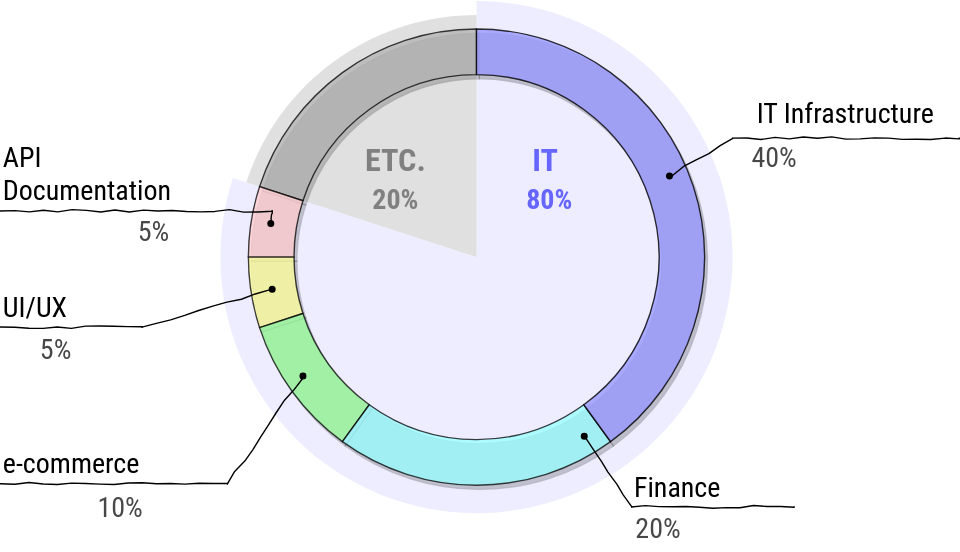
Above: expertise-mapping.circle.light.svg in yonggeun/yonggeun.github.io (draw.io), before the change. Source tidied: cells renumbered, new cells last; positions are measured from the earlier drawing's top-left corner, leaving out a move shared by most shapes. The source it was exported from:
```xml
<mxGraphModel>
  <root>
    <mxCell id="0" />
    <mxCell id="1" value="streamlined" parent="0" />
    <mxCell id="2" style="verticalLabelPosition=middle;verticalAlign=top;html=1;shape=mxgraph.basic.pie;startAngle=0.8;endAngle=1;hachureGap=4;fontFamily=Roboto Condensed;fontSource=https%3A%2F%2Ffonts.googleapis.com%2Fcss%3Ffamily%3DRoboto%2BCondensed;fontSize=20;strokeColor=none;fillColor=#999999;labelPosition=center;align=left;fontColor=#6666FF;opacity=30;" parent="1" vertex="1">
      <mxGeometry x="167" y="10" width="346" height="346" as="geometry" />
    </mxCell>
    <mxCell id="3" style="verticalLabelPosition=middle;verticalAlign=middle;html=1;shape=mxgraph.basic.pie;startAngle=0.0;endAngle=0.8;hachureGap=4;fontFamily=Roboto Condensed;fontSource=https%3A%2F%2Ffonts.googleapis.com%2Fcss%3Ffamily%3DRoboto%2BCondensed;fontSize=20;strokeColor=none;fillColor=#CCCCFF;labelPosition=center;align=center;fontColor=#6666FF;opacity=35;" parent="1" vertex="1">
      <mxGeometry x="157" width="366" height="366" as="geometry" />
    </mxCell>
    <mxCell id="4" style="verticalLabelPosition=bottom;verticalAlign=top;html=1;shape=mxgraph.basic.partConcEllipse;startAngle=0.8;endAngle=1;arcWidth=0.2;hachureGap=4;fontFamily=Roboto Condensed;fontSource=https%3A%2F%2Ffonts.googleapis.com%2Fcss%3Ffamily%3DRoboto%2BCondensed;fontSize=20;sketchStyle=comic;shadow=1;fillColor=#B3B3B3;opacity=75;" parent="1" vertex="1">
      <mxGeometry x="177" y="20" width="326" height="326" as="geometry" />
    </mxCell>
    <mxCell id="5" style="verticalLabelPosition=bottom;verticalAlign=top;html=1;shape=mxgraph.basic.partConcEllipse;startAngle=0.75;endAngle=0.8;arcWidth=0.2;hachureGap=4;fontFamily=Roboto Condensed;fontSource=https%3A%2F%2Ffonts.googleapis.com%2Fcss%3Ffamily%3DRoboto%2BCondensed;fontSize=20;sketchStyle=comic;shadow=1;fillColor=#FFCCCC;opacity=75;" parent="1" vertex="1">
      <mxGeometry x="177" y="20" width="326" height="326" as="geometry" />
    </mxCell>
    <mxCell id="6" style="verticalLabelPosition=bottom;verticalAlign=top;html=1;shape=mxgraph.basic.partConcEllipse;startAngle=0.7;endAngle=0.75;arcWidth=0.2;hachureGap=4;fontFamily=Roboto Condensed;fontSource=https%3A%2F%2Ffonts.googleapis.com%2Fcss%3Ffamily%3DRoboto%2BCondensed;fontSize=20;sketchStyle=comic;shadow=1;fillColor=#FFFF99;opacity=75;" parent="1" vertex="1">
      <mxGeometry x="177" y="20" width="326" height="326" as="geometry" />
    </mxCell>
    <mxCell id="7" style="verticalLabelPosition=bottom;verticalAlign=top;html=1;shape=mxgraph.basic.partConcEllipse;startAngle=0.6;endAngle=0.7;arcWidth=0.2;hachureGap=4;fontFamily=Roboto Condensed;fontSource=https%3A%2F%2Ffonts.googleapis.com%2Fcss%3Ffamily%3DRoboto%2BCondensed;fontSize=20;sketchStyle=comic;shadow=1;fillColor=#99FF99;opacity=75;" parent="1" vertex="1">
      <mxGeometry x="177" y="20" width="326" height="326" as="geometry" />
    </mxCell>
    <mxCell id="8" style="verticalLabelPosition=bottom;verticalAlign=top;html=1;shape=mxgraph.basic.partConcEllipse;startAngle=0.4;endAngle=0.6;arcWidth=0.2;hachureGap=4;fontFamily=Roboto Condensed;fontSource=https%3A%2F%2Ffonts.googleapis.com%2Fcss%3Ffamily%3DRoboto%2BCondensed;fontSize=20;sketchStyle=comic;shadow=1;fillColor=#99FFFF;opacity=75;" parent="1" vertex="1">
      <mxGeometry x="177" y="20" width="326" height="326" as="geometry" />
    </mxCell>
    <mxCell id="9" style="verticalLabelPosition=bottom;verticalAlign=top;html=1;shape=mxgraph.basic.partConcEllipse;startAngle=0;endAngle=0.4;arcWidth=0.2;hachureGap=4;fontFamily=Roboto Condensed;fontSource=https%3A%2F%2Ffonts.googleapis.com%2Fcss%3Ffamily%3DRoboto%2BCondensed;fontSize=20;sketchStyle=comic;shadow=1;comic=0;fillColor=#9999FF;opacity=80;" parent="1" vertex="1">
      <mxGeometry x="177" y="20" width="326" height="326" as="geometry" />
    </mxCell>
    <mxCell id="10" value="Finance" style="whiteSpace=wrap;html=1;shape=partialRectangle;top=0;left=0;bottom=1;right=0;points=[[0,1],[1,1]];fillColor=none;align=left;verticalAlign=bottom;routingCenterY=0.5;snapToPoint=1;newEdgeStyle={&quot;edgeStyle&quot;:&quot;entityRelationEdgeStyle&quot;,&quot;startArrow&quot;:&quot;none&quot;,&quot;endArrow&quot;:&quot;none&quot;,&quot;segment&quot;:10,&quot;curved&quot;:1,&quot;sourcePerimeterSpacing&quot;:0,&quot;targetPerimeterSpacing&quot;:0};sketch=1;hachureGap=4;jiggle=2;curveFitting=1;fontFamily=Roboto Condensed;fontSize=20;sketchStyle=comic;fontSource=https%3A%2F%2Ffonts.googleapis.com%2Fcss%3Ffamily%3DRoboto%2BCondensed;" parent="1" vertex="1">
      <mxGeometry x="451" y="325.5" width="116" height="36" as="geometry" />
    </mxCell>
    <mxCell id="11" value="IT Infrastructure" style="whiteSpace=wrap;html=1;shape=partialRectangle;top=0;left=0;bottom=1;right=0;points=[[0,1],[1,1]];fillColor=none;align=center;verticalAlign=middle;routingCenterY=0.5;snapToPoint=1;newEdgeStyle={&quot;edgeStyle&quot;:&quot;entityRelationEdgeStyle&quot;,&quot;startArrow&quot;:&quot;none&quot;,&quot;endArrow&quot;:&quot;none&quot;,&quot;segment&quot;:10,&quot;curved&quot;:1,&quot;sourcePerimeterSpacing&quot;:0,&quot;targetPerimeterSpacing&quot;:0};hachureGap=4;fontFamily=Roboto Condensed;fontSize=20;sketchStyle=comic;fontSource=https%3A%2F%2Ffonts.googleapis.com%2Fcss%3Ffamily%3DRoboto%2BCondensed;labelPosition=center;verticalLabelPosition=middle;sketch=1;curveFitting=1;jiggle=2;fontStyle=0;" parent="1" vertex="1">
      <mxGeometry x="523" y="62" width="162" height="36" as="geometry" />
    </mxCell>
    <mxCell id="12" style="startArrow=oval;endArrow=none;segment=10;sourcePerimeterSpacing=0;targetPerimeterSpacing=0;rounded=0;sketch=1;hachureGap=4;jiggle=2;curveFitting=1;fontFamily=Roboto Condensed;fontSize=16;startSize=4;endSize=4;sketchStyle=comic;fontSource=https%3A%2F%2Ffonts.googleapis.com%2Fcss%3Ffamily%3DRoboto%2BCondensed;startFill=1;exitX=0.923;exitY=0.322;exitDx=0;exitDy=0;exitPerimeter=0;" parent="1" edge="1" source="9" target="11">
      <mxGeometry relative="1" as="geometry" />
    </mxCell>
    <mxCell id="13" value="IT" style="text;html=1;align=center;verticalAlign=middle;strokeColor=none;fillColor=none;fontSize=23;fontFamily=Roboto Condensed;fontStyle=1;fontColor=#6666FF;comic=0;fontSource=https%3A%2F%2Ffonts.googleapis.com%2Fcss%3Ffamily%3DRoboto%2BCondensed;" parent="1" vertex="1">
      <mxGeometry x="367" y="93.5" width="44" height="40" as="geometry" />
    </mxCell>
    <mxCell id="14" value="e-commerce" style="whiteSpace=wrap;html=1;shape=partialRectangle;top=0;left=0;bottom=1;right=0;points=[[0,1],[1,1]];fillColor=none;align=left;verticalAlign=bottom;routingCenterY=0.5;snapToPoint=1;newEdgeStyle={&quot;edgeStyle&quot;:&quot;entityRelationEdgeStyle&quot;,&quot;startArrow&quot;:&quot;none&quot;,&quot;endArrow&quot;:&quot;none&quot;,&quot;segment&quot;:10,&quot;curved&quot;:1,&quot;sourcePerimeterSpacing&quot;:0,&quot;targetPerimeterSpacing&quot;:0};sketch=1;hachureGap=4;jiggle=2;curveFitting=1;fontFamily=Roboto Condensed;fontSource=https%3A%2F%2Ffonts.googleapis.com%2Fcss%3Ffamily%3DRoboto%2BCondensed;fontSize=20;sketchStyle=comic;" parent="1" vertex="1">
      <mxGeometry y="309" width="162" height="36" as="geometry" />
    </mxCell>
    <mxCell id="15" style="startArrow=oval;endArrow=none;segment=10;sourcePerimeterSpacing=0;targetPerimeterSpacing=0;rounded=0;sketch=1;hachureGap=4;jiggle=2;curveFitting=1;fontFamily=Roboto Condensed;fontSize=16;startSize=4;endSize=4;sketchStyle=comic;fontSource=https%3A%2F%2Ffonts.googleapis.com%2Fcss%3Ffamily%3DRoboto%2BCondensed;startFill=1;entryX=0;entryY=1;entryDx=0;entryDy=0;" parent="1" edge="1" target="10">
      <mxGeometry relative="1" as="geometry">
        <mxPoint x="417" y="311" as="sourcePoint" />
      </mxGeometry>
    </mxCell>
    <mxCell id="16" style="startArrow=oval;endArrow=none;segment=10;sourcePerimeterSpacing=0;targetPerimeterSpacing=0;rounded=0;sketch=1;hachureGap=4;jiggle=2;curveFitting=1;fontFamily=Roboto Condensed;fontSize=16;startSize=4;endSize=4;sketchStyle=comic;fontSource=https%3A%2F%2Ffonts.googleapis.com%2Fcss%3Ffamily%3DRoboto%2BCondensed;startFill=1;entryX=1;entryY=1;entryDx=0;entryDy=0;" parent="1" edge="1" target="14">
      <mxGeometry relative="1" as="geometry">
        <mxPoint x="216" y="268" as="sourcePoint" />
      </mxGeometry>
    </mxCell>
    <mxCell id="17" value="ETC." style="text;html=1;align=center;verticalAlign=middle;strokeColor=none;fillColor=none;fontSize=23;fontFamily=Roboto Condensed;fontStyle=1;fontColor=#808080;fontSource=https%3A%2F%2Ffonts.googleapis.com%2Fcss%3Ffamily%3DRoboto%2BCondensed;" parent="1" vertex="1">
      <mxGeometry x="245" y="93.5" width="73" height="40" as="geometry" />
    </mxCell>
    <mxCell id="18" value="UI/UX" style="whiteSpace=wrap;html=1;shape=partialRectangle;top=0;left=0;bottom=1;right=0;points=[[0,1],[1,1]];fillColor=none;align=left;verticalAlign=bottom;routingCenterY=0.5;snapToPoint=1;newEdgeStyle={&quot;edgeStyle&quot;:&quot;entityRelationEdgeStyle&quot;,&quot;startArrow&quot;:&quot;none&quot;,&quot;endArrow&quot;:&quot;none&quot;,&quot;segment&quot;:10,&quot;curved&quot;:1,&quot;sourcePerimeterSpacing&quot;:0,&quot;targetPerimeterSpacing&quot;:0};sketch=1;hachureGap=4;jiggle=2;curveFitting=1;fontFamily=Roboto Condensed;fontSource=https%3A%2F%2Ffonts.googleapis.com%2Fcss%3Ffamily%3DRoboto%2BCondensed;fontSize=20;sketchStyle=comic;" parent="1" vertex="1">
      <mxGeometry y="197" width="101" height="36" as="geometry" />
    </mxCell>
    <mxCell id="19" style="startArrow=oval;endArrow=none;segment=10;sourcePerimeterSpacing=0;targetPerimeterSpacing=0;rounded=0;sketch=1;hachureGap=4;jiggle=2;curveFitting=1;fontFamily=Roboto Condensed;fontSize=16;startSize=4;endSize=4;sketchStyle=comic;fontSource=https%3A%2F%2Ffonts.googleapis.com%2Fcss%3Ffamily%3DRoboto%2BCondensed;startFill=1;entryX=1;entryY=1;entryDx=0;entryDy=0;" parent="1" edge="1" target="18">
      <mxGeometry relative="1" as="geometry">
        <mxPoint x="194" y="206" as="sourcePoint" />
      </mxGeometry>
    </mxCell>
    <mxCell id="20" value="API&lt;br&gt;Documentation" style="whiteSpace=wrap;html=1;shape=partialRectangle;top=0;left=0;bottom=1;right=0;points=[[0,1],[1,1]];fillColor=none;align=left;verticalAlign=bottom;routingCenterY=0.5;snapToPoint=1;newEdgeStyle={&quot;edgeStyle&quot;:&quot;entityRelationEdgeStyle&quot;,&quot;startArrow&quot;:&quot;none&quot;,&quot;endArrow&quot;:&quot;none&quot;,&quot;segment&quot;:10,&quot;curved&quot;:1,&quot;sourcePerimeterSpacing&quot;:0,&quot;targetPerimeterSpacing&quot;:0};sketch=1;hachureGap=4;jiggle=2;curveFitting=1;fontFamily=Roboto Condensed;fontSource=https%3A%2F%2Ffonts.googleapis.com%2Fcss%3Ffamily%3DRoboto%2BCondensed;fontSize=20;sketchStyle=comic;" parent="1" vertex="1">
      <mxGeometry y="90" width="194" height="60" as="geometry" />
    </mxCell>
    <mxCell id="21" style="startArrow=oval;endArrow=none;segment=10;sourcePerimeterSpacing=0;targetPerimeterSpacing=0;rounded=0;sketch=1;hachureGap=4;jiggle=2;curveFitting=1;fontFamily=Roboto Condensed;fontSize=16;startSize=4;endSize=4;sketchStyle=comic;fontSource=https%3A%2F%2Ffonts.googleapis.com%2Fcss%3Ffamily%3DRoboto%2BCondensed;startFill=1;entryX=1;entryY=1;entryDx=0;entryDy=0;" parent="1" edge="1" target="20">
      <mxGeometry relative="1" as="geometry">
        <mxPoint x="193" y="159" as="sourcePoint" />
      </mxGeometry>
    </mxCell>
    <mxCell id="22" value="40%" style="text;html=1;align=left;verticalAlign=middle;strokeColor=none;fillColor=none;fontSize=20;fontFamily=Roboto Condensed;fontStyle=0;fontColor=#1A1A1A;textOpacity=80;fontSource=https%3A%2F%2Ffonts.googleapis.com%2Fcss%3Ffamily%3DRoboto%2BCondensed;" parent="1" vertex="1">
      <mxGeometry x="535" y="93" width="56" height="36" as="geometry" />
    </mxCell>
    <mxCell id="23" value="10%" style="text;html=1;align=right;verticalAlign=middle;strokeColor=none;fillColor=none;fontSize=20;fontFamily=Roboto Condensed;fontStyle=0;fontColor=#1A1A1A;textOpacity=80;fontSource=https%3A%2F%2Ffonts.googleapis.com%2Fcss%3Ffamily%3DRoboto%2BCondensed;" parent="1" vertex="1">
      <mxGeometry x="47" y="343" width="56" height="36" as="geometry" />
    </mxCell>
    <mxCell id="24" value="20%" style="text;html=1;align=left;verticalAlign=middle;strokeColor=none;fillColor=none;fontSize=20;fontFamily=Roboto Condensed;fontStyle=0;fontColor=#1A1A1A;textOpacity=80;fontSource=https%3A%2F%2Ffonts.googleapis.com%2Fcss%3Ffamily%3DRoboto%2BCondensed;" parent="1" vertex="1">
      <mxGeometry x="452" y="357.5" width="56" height="36" as="geometry" />
    </mxCell>
    <mxCell id="25" value="5%" style="text;html=1;align=right;verticalAlign=middle;strokeColor=none;fillColor=none;fontSize=20;fontFamily=Roboto Condensed;fontStyle=0;fontColor=#1A1A1A;textOpacity=80;fontSource=https%3A%2F%2Ffonts.googleapis.com%2Fcss%3Ffamily%3DRoboto%2BCondensed;" parent="1" vertex="1">
      <mxGeometry x="7" y="230" width="45" height="36" as="geometry" />
    </mxCell>
    <mxCell id="26" value="5%" style="text;html=1;align=right;verticalAlign=middle;strokeColor=none;fillColor=none;fontSize=20;fontFamily=Roboto Condensed;fontStyle=0;fontColor=#1A1A1A;textOpacity=80;fontSource=https%3A%2F%2Ffonts.googleapis.com%2Fcss%3Ffamily%3DRoboto%2BCondensed;" parent="1" vertex="1">
      <mxGeometry x="77" y="146" width="45" height="36" as="geometry" />
    </mxCell>
    <mxCell id="27" value="80%" style="text;html=1;align=center;verticalAlign=middle;strokeColor=none;fillColor=none;fontSize=20;fontFamily=Roboto Condensed;fontStyle=1;fontColor=#6666FF;fontSource=https%3A%2F%2Ffonts.googleapis.com%2Fcss%3Ffamily%3DRoboto%2BCondensed;" parent="1" vertex="1">
      <mxGeometry x="364" y="122.5" width="56" height="36" as="geometry" />
    </mxCell>
    <mxCell id="28" value="20%" style="text;html=1;align=center;verticalAlign=middle;strokeColor=none;fillColor=none;fontSize=20;fontFamily=Roboto Condensed;fontStyle=1;fontColor=#808080;fontSource=https%3A%2F%2Ffonts.googleapis.com%2Fcss%3Ffamily%3DRoboto%2BCondensed;" parent="1" vertex="1">
      <mxGeometry x="254" y="122.5" width="56" height="36" as="geometry" />
    </mxCell>
  </root>
</mxGraphModel>
```
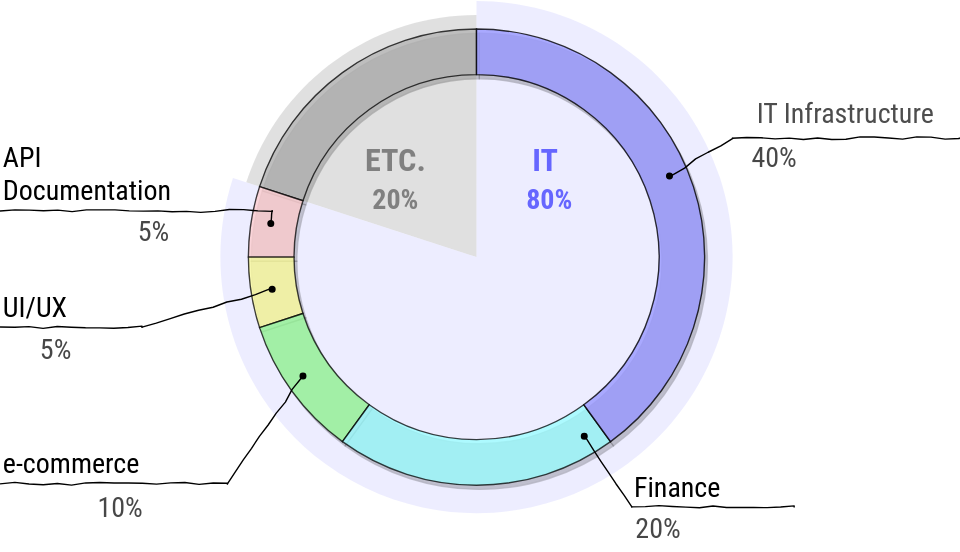
After the commit.

Diff of the diagram source:
```diff
@@ -29,7 +29,7 @@
     <mxCell id="10" value="Finance" style="whiteSpace=wrap;html=1;shape=partialRectangle;top=0;left=0;bottom=1;right=0;points=[[0,1],[1,1]];fillColor=none;align=left;verticalAlign=bottom;routingCenterY=0.5;snapToPoint=1;newEdgeStyle={&quot;edgeStyle&quot;:&quot;entityRelationEdgeStyle&quot;,&quot;startArrow&quot;:&quot;none&quot;,&quot;endArrow&quot;:&quot;none&quot;,&quot;segment&quot;:10,&quot;curved&quot;:1,&quot;sourcePerimeterSpacing&quot;:0,&quot;targetPerimeterSpacing&quot;:0};sketch=1;hachureGap=4;jiggle=2;curveFitting=1;fontFamily=Roboto Condensed;fontSize=20;sketchStyle=comic;fontSource=https%3A%2F%2Ffonts.googleapis.com%2Fcss%3Ffamily%3DRoboto%2BCondensed;" parent="1" vertex="1">
       <mxGeometry x="451" y="325.5" width="116" height="36" as="geometry" />
     </mxCell>
-    <mxCell id="11" value="IT Infrastructure" style="whiteSpace=wrap;html=1;shape=partialRectangle;top=0;left=0;bottom=1;right=0;points=[[0,1],[1,1]];fillColor=none;align=center;verticalAlign=middle;routingCenterY=0.5;snapToPoint=1;newEdgeStyle={&quot;edgeStyle&quot;:&quot;entityRelationEdgeStyle&quot;,&quot;startArrow&quot;:&quot;none&quot;,&quot;endArrow&quot;:&quot;none&quot;,&quot;segment&quot;:10,&quot;curved&quot;:1,&quot;sourcePerimeterSpacing&quot;:0,&quot;targetPerimeterSpacing&quot;:0};hachureGap=4;fontFamily=Roboto Condensed;fontSize=20;sketchStyle=comic;fontSource=https%3A%2F%2Ffonts.googleapis.com%2Fcss%3Ffamily%3DRoboto%2BCondensed;labelPosition=center;verticalLabelPosition=middle;sketch=1;curveFitting=1;jiggle=2;fontStyle=0;" parent="1" vertex="1">
+    <mxCell id="11" value="&lt;a href=&quot;index.html#it-infrastructure&quot;&gt;&lt;font color=&quot;#4d4d4d&quot;&gt;IT Infrastructure&lt;/font&gt;&lt;/a&gt;" style="whiteSpace=wrap;shape=partialRectangle;top=0;left=0;bottom=1;right=0;points=[[0,1],[1,1]];fillColor=none;align=center;verticalAlign=middle;routingCenterY=0.5;snapToPoint=1;newEdgeStyle={&quot;edgeStyle&quot;:&quot;entityRelationEdgeStyle&quot;,&quot;startArrow&quot;:&quot;none&quot;,&quot;endArrow&quot;:&quot;none&quot;,&quot;segment&quot;:10,&quot;curved&quot;:1,&quot;sourcePerimeterSpacing&quot;:0,&quot;targetPerimeterSpacing&quot;:0};hachureGap=4;fontFamily=Roboto Condensed;fontSize=20;sketchStyle=comic;fontSource=https%3A%2F%2Ffonts.googleapis.com%2Fcss%3Ffamily%3DRoboto%2BCondensed;labelPosition=center;verticalLabelPosition=middle;sketch=1;curveFitting=1;jiggle=2;fontStyle=0;html=1;" parent="1" vertex="1">
       <mxGeometry x="523" y="62" width="162" height="36" as="geometry" />
     </mxCell>
     <mxCell id="12" style="startArrow=oval;endArrow=none;segment=10;sourcePerimeterSpacing=0;targetPerimeterSpacing=0;rounded=0;sketch=1;hachureGap=4;jiggle=2;curveFitting=1;fontFamily=Roboto Condensed;fontSize=16;startSize=4;endSize=4;sketchStyle=comic;fontSource=https%3A%2F%2Ffonts.googleapis.com%2Fcss%3Ffamily%3DRoboto%2BCondensed;startFill=1;exitX=0.923;exitY=0.322;exitDx=0;exitDy=0;exitPerimeter=0;" parent="1" edge="1" source="9" target="11">
```
